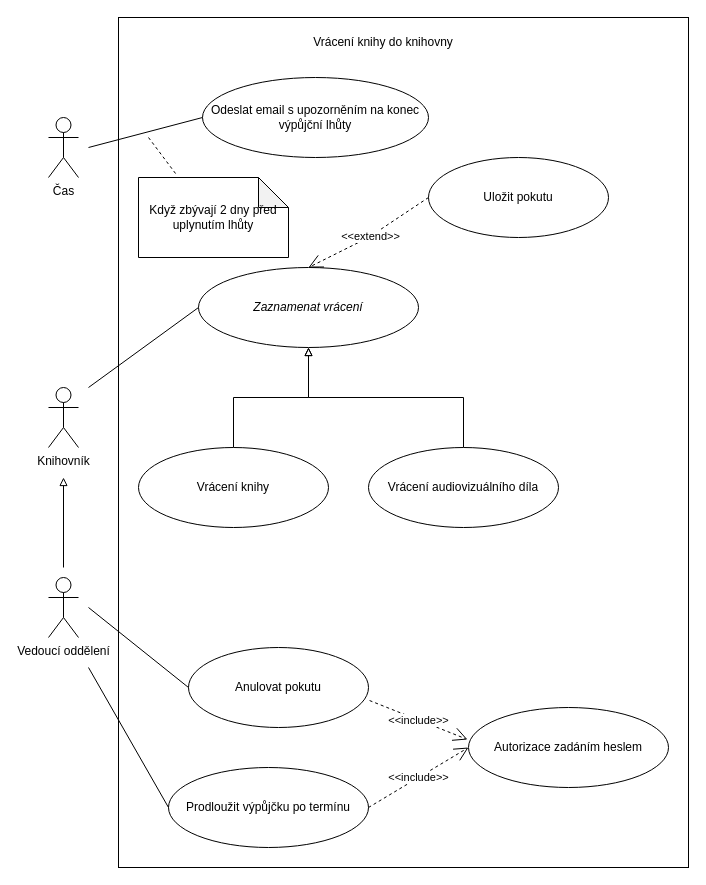
CernyDavid/diagrams.net keeps this draw.io diagram as knihovna.drawio. Above is the earlier version. Source tidied: cells renumbered, new cells numbered last; positions are measured from the earlier drawing's top-left corner, leaving out a move shared by most shapes. Both pictures are drawn from the tidied source at 100%, with x=0, y=0 at pixel (48, 17).
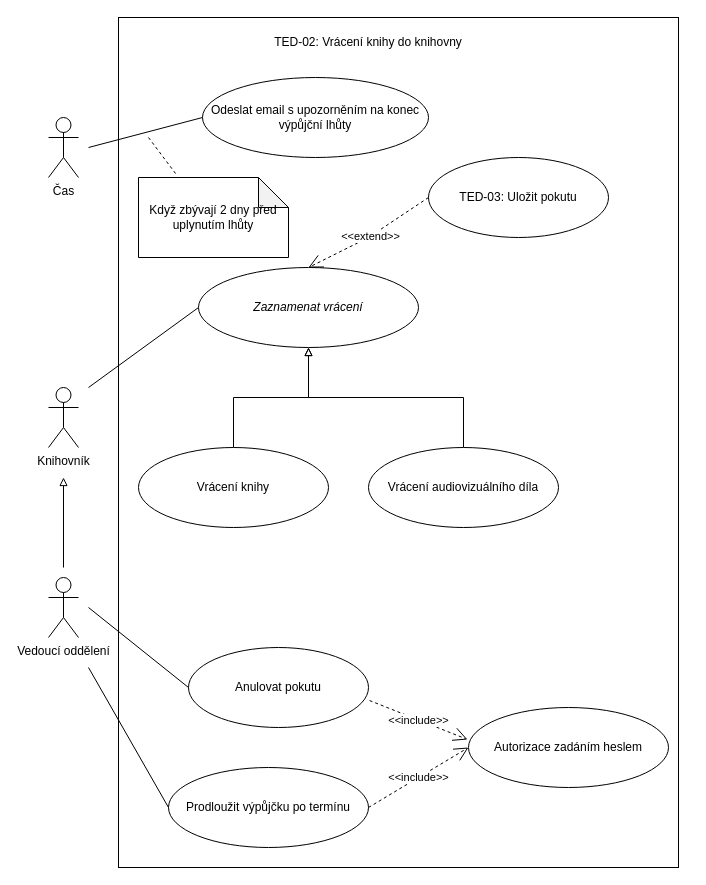
After the change.

Change to the diagram source:
```diff
@@
-    <mxCell id="9" value="Uložit pokutu" style="ellipse;whiteSpace=wrap;html=1;" parent="1" vertex="1">
+    <mxCell id="9" value="TED-03: Uložit pokutu" style="ellipse;whiteSpace=wrap;html=1;" parent="1" vertex="1">
       <mxGeometry x="380" y="140" width="180" height="80" as="geometry" />
     </mxCell>
@@
     <mxCell id="25" style="rounded=0;whiteSpace=wrap;html=1;fillColor=none;" parent="1" vertex="1">
-      <mxGeometry x="70" width="570" height="850" as="geometry" />
+      <mxGeometry x="70" width="560" height="850" as="geometry" />
     </mxCell>
-    <mxCell id="26" value="Vrácení knihy do knihovny" style="text;html=1;strokeColor=none;fillColor=none;align=center;verticalAlign=middle;whiteSpace=wrap;rounded=0;" parent="1" vertex="1">
-      <mxGeometry x="260" y="10" width="150" height="30" as="geometry" />
+    <mxCell id="26" value="TED-02: Vrácení knihy do knihovny" style="text;html=1;strokeColor=none;fillColor=none;align=center;verticalAlign=middle;whiteSpace=wrap;rounded=0;" parent="1" vertex="1">
+      <mxGeometry x="220" y="10" width="200" height="30" as="geometry" />
     </mxCell>
```
